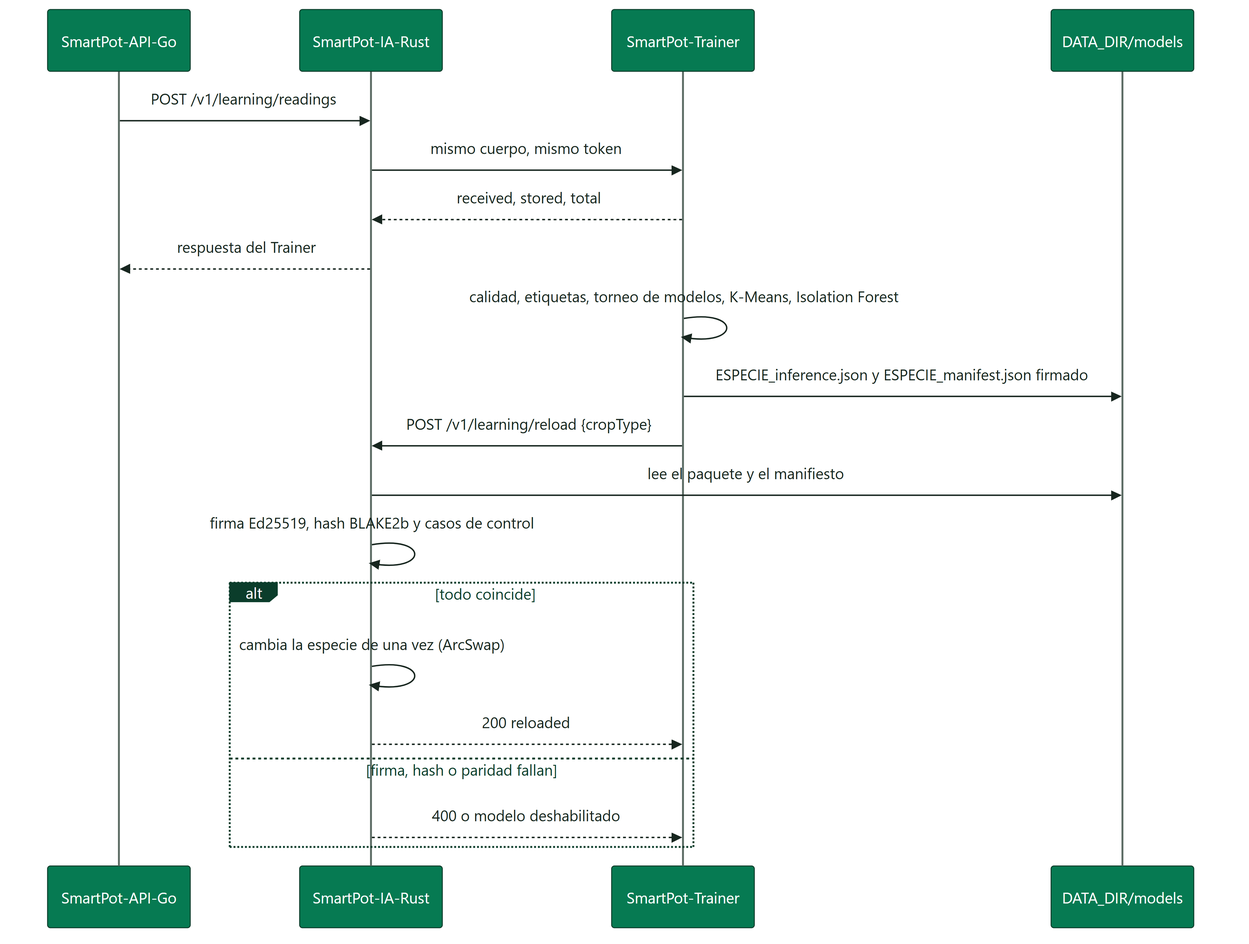
Earlier version of the Mermaid export docs/diagrams/SmartPot_IA_Rust_02_Model_Reload.png (SmartPotTech/SmartPot-AI). Its source is kept beside it as docs/diagrams/SmartPot_IA_Rust_02_Model_Reload.mmd.
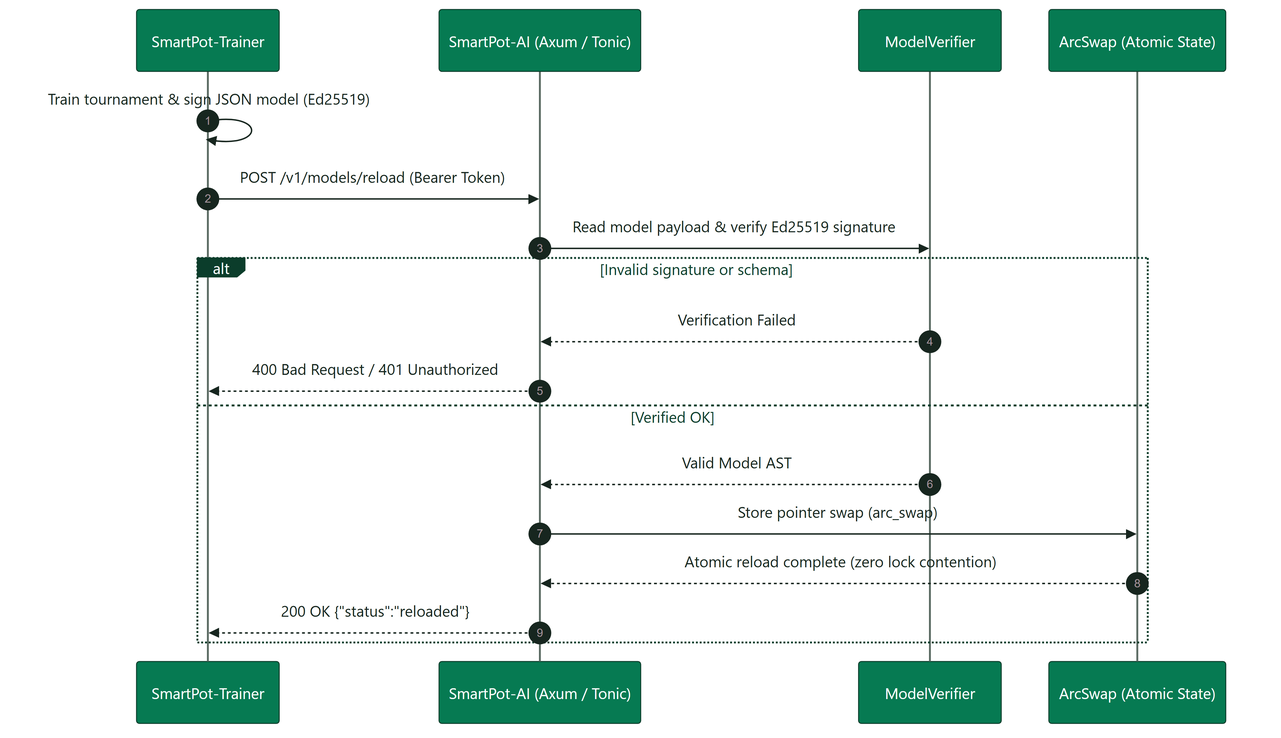
After the change.

Diff of the diagram source:
```diff
@@ -1,21 +1,19 @@
 %%{init: {"theme": "base", "fontFamily": "Segoe UI, Arial, sans-serif", "themeVariables": {"fontFamily": "Segoe UI, Arial, sans-serif", "fontSize": "15px", "primaryColor": "#DDF5EA", "primaryTextColor": "#17261F", "primaryBorderColor": "#067A52", "secondaryColor": "#E3F2FB", "secondaryTextColor": "#17261F", "secondaryBorderColor": "#1F6FA0", "tertiaryColor": "#F2F7F4", "tertiaryTextColor": "#17261F", "tertiaryBorderColor": "#D5E3DC", "lineColor": "#5B6B63", "textColor": "#17261F", "mainBkg": "#DDF5EA", "nodeBorder": "#067A52", "clusterBkg": "#F7FAF8", "clusterBorder": "#D5E3DC", "edgeLabelBackground": "#FFFFFF", "actorBkg": "#067A52", "actorBorder": "#0B3D2B", "actorTextColor": "#FFFFFF", "actorLineColor": "#5B6B63", "signalColor": "#17261F", "signalTextColor": "#17261F", "labelBoxBkgColor": "#0B3D2B", "labelBoxBorderColor": "#0B3D2B", "labelTextColor": "#FFFFFF", "loopTextColor": "#0B3D2B", "noteBkgColor": "#FDF4DD", "noteBorderColor": "#C98D12", "noteTextColor": "#17261F", "activationBkgColor": "#DDF5EA", "activationBorderColor": "#067A52", "attributeBackgroundColorOdd": "#FFFFFF", "attributeBackgroundColorEven": "#F2F7F4"}}}%%
 sequenceDiagram
-  participant API as SmartPot-API
-  participant IA as SmartPot-AI
-  participant Trainer as SmartPot-Trainer
-  participant Carpeta as DATA_DIR/models
-  API->>IA: POST /v1/learning/readings
-  IA->>Trainer: mismo cuerpo, mismo token
-  Trainer-->>IA: received, stored, total
-  IA-->>API: respuesta del Trainer
-  Trainer->>Trainer: calidad, etiquetas, torneo de modelos, K-Means, Isolation Forest
-  Trainer->>Carpeta: ESPECIE_inference.json y ESPECIE_manifest.json firmado
-  Trainer->>IA: POST /v1/learning/reload {cropType}
-  IA->>Carpeta: lee el paquete y el manifiesto
-  IA->>IA: firma Ed25519, hash BLAKE2b y casos de control
-  alt todo coincide
-    IA->>IA: cambia la especie de una vez (ArcSwap)
-    IA-->>Trainer: 200 reloaded
-  else firma, hash o paridad fallan
-    IA-->>Trainer: 400 o modelo deshabilitado
+  autonumber
+  participant T as SmartPot-Trainer
+  participant AI as SmartPot-AI (Axum / Tonic)
+  participant V as ModelVerifier
+  participant S as ArcSwap (Atomic State)
+  T->>T: Train tournament & sign JSON model (Ed25519)
+  T->>AI: POST /v1/models/reload (Bearer Token)
+  AI->>V: Read model payload & verify Ed25519 signature
+  alt Invalid signature or schema
+    V-->>AI: Verification Failed
+    AI-->>T: 400 Bad Request / 401 Unauthorized
+  else Verified OK
+    V-->>AI: Valid Model AST
+    AI->>S: Store pointer swap (arc_swap)
+    S-->>AI: Atomic reload complete (zero lock contention)
+    AI-->>T: 200 OK {"status":"reloaded"}
   end
```
